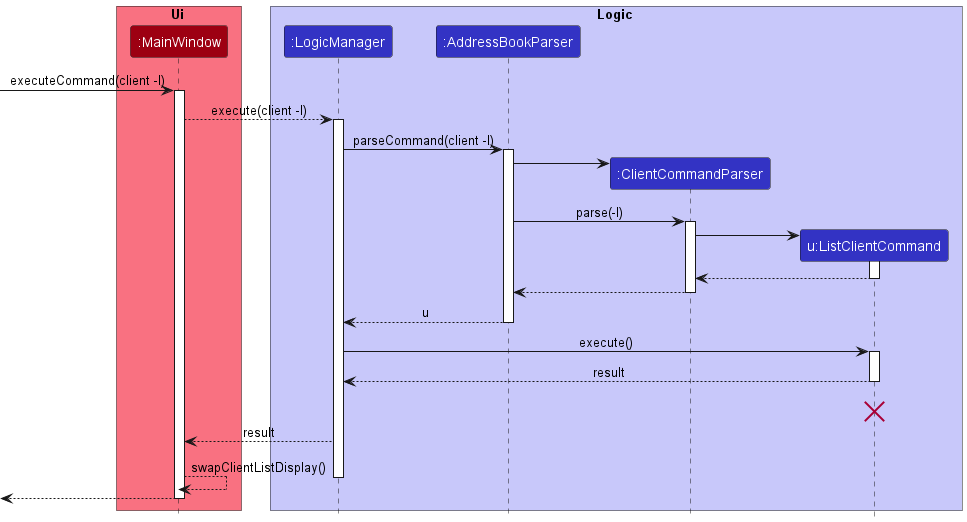
This is docs/images/ListSequenceDiagram.png from nus-cs2103-AY2223S1/tp, a PlantUML export, as it was before one commit. The source it was exported from:
```plantuml
@startuml
!include style.puml

box Ui MODEL_COLOR_T1
participant ":MainWindow" as MainWindow MODEL_COLOR
end box

box Logic LOGIC_COLOR_T1
participant ":LogicManager" as LogicManager LOGIC_COLOR
participant ":AddressBookParser" as AddressBookParser LOGIC_COLOR
participant ":ClientCommandParser" as ClientCommandParser LOGIC_COLOR
participant "u:ListClientCommand" as ListClientCommand LOGIC_COLOR
end box

[-> MainWindow : executeCommand(client -l)
activate MainWindow

MainWindow --> LogicManager : execute(client -l)
activate LogicManager

LogicManager -> AddressBookParser : parseCommand(client -l)
activate AddressBookParser

create ClientCommandParser
AddressBookParser -> ClientCommandParser
AddressBookParser -> ClientCommandParser : parse(-l)
activate ClientCommandParser

create ListClientCommand
ClientCommandParser -> ListClientCommand
activate ListClientCommand

ListClientCommand --> ClientCommandParser
deactivate ListClientCommand

ClientCommandParser --> AddressBookParser
deactivate ClientCommandParser

AddressBookParser --> LogicManager : u
deactivate AddressBookParser

LogicManager -> ListClientCommand : execute()
activate ListClientCommand

ListClientCommand --> LogicManager : result
deactivate ListClientCommand

ListClientCommand -[hidden]-> LogicManager : result
destroy ListClientCommand



MainWindow <-- LogicManager : result
MainWindow --> MainWindow : swapClientListDisplay()
deactivate LogicManager

[<-- MainWindow
deactivate MainWindow

@enduml
```
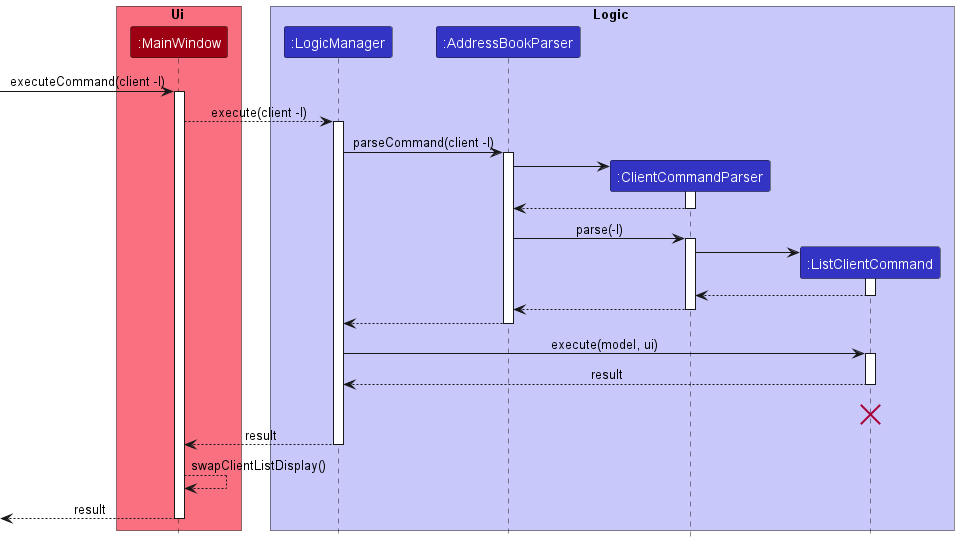
The same diagram one commit later.

The edit, as a diff of the source:
```diff
@@ -9,7 +9,7 @@
 participant ":LogicManager" as LogicManager LOGIC_COLOR
 participant ":AddressBookParser" as AddressBookParser LOGIC_COLOR
 participant ":ClientCommandParser" as ClientCommandParser LOGIC_COLOR
-participant "u:ListClientCommand" as ListClientCommand LOGIC_COLOR
+participant ":ListClientCommand" as ListClientCommand LOGIC_COLOR
 end box
 
 [-> MainWindow : executeCommand(client -l)
@@ -23,6 +23,9 @@
 
 create ClientCommandParser
 AddressBookParser -> ClientCommandParser
+activate ClientCommandParser
+ClientCommandParser --> AddressBookParser
+deactivate ClientCommandParser
 AddressBookParser -> ClientCommandParser : parse(-l)
 activate ClientCommandParser
 
@@ -36,10 +39,10 @@
 ClientCommandParser --> AddressBookParser
 deactivate ClientCommandParser
 
-AddressBookParser --> LogicManager : u
+AddressBookParser --> LogicManager
 deactivate AddressBookParser
 
-LogicManager -> ListClientCommand : execute()
+LogicManager -> ListClientCommand : execute(model, ui)
 activate ListClientCommand
 
 ListClientCommand --> LogicManager : result
@@ -48,13 +51,11 @@
 ListClientCommand -[hidden]-> LogicManager : result
 destroy ListClientCommand
 
+MainWindow <-- LogicManager : result
+deactivate LogicManager
+MainWindow --> MainWindow : swapClientListDisplay()
 
-
-MainWindow <-- LogicManager : result
-MainWindow --> MainWindow : swapClientListDisplay()
-deactivate LogicManager
-
-[<-- MainWindow
+[<-- MainWindow : result
 deactivate MainWindow
 
 @enduml
```
